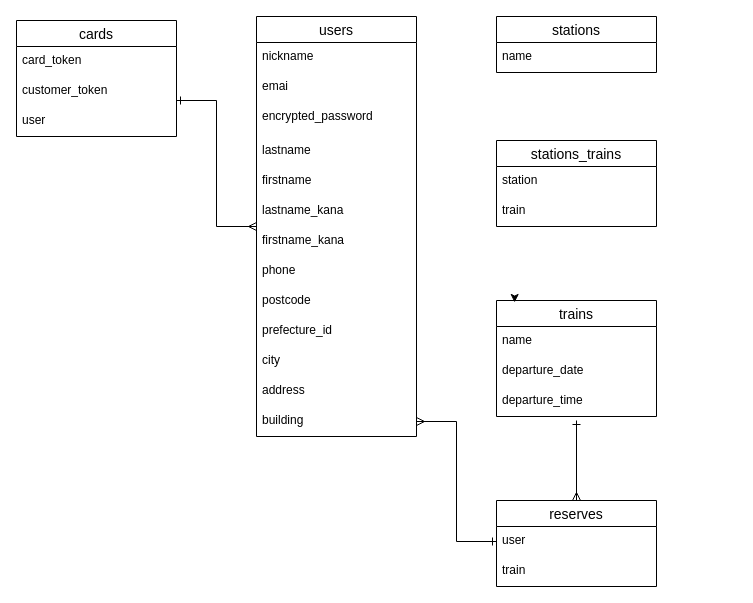
Above: ER.dio in JUNSHIROBABA/reserved_app (draw.io), before the change. Source tidied: cells renumbered, new cells numbered last; positions are measured from the earlier drawing's top-left corner, leaving out a move shared by most shapes. Both pictures are drawn from the tidied source at 100%, with x=0, y=0 at pixel (16, 16).
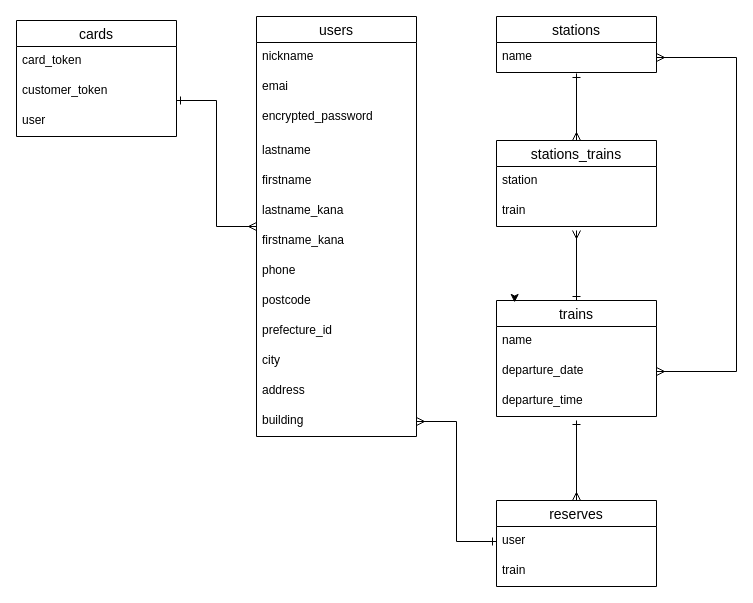
The same diagram, later.

Unchanged cells that the change refers to:
```xml
<mxCell id="26" value="name" style="text;strokeColor=none;fillColor=none;spacingLeft=4;spacingRight=4;overflow=hidden;points=[[0,0.5],[1,0.5]];portConstraint=eastwest;fontSize=12;" parent="25" vertex="1">
  <mxGeometry y="26" width="160" height="30" as="geometry" />
</mxCell>
<mxCell id="27" value="trains" style="swimlane;fontStyle=0;horizontal=1;startSize=26;align=center;fontSize=14;" parent="1" vertex="1">
  <mxGeometry x="480" y="284" width="160" height="116" as="geometry" />
</mxCell>
<mxCell id="29" value="departure_date" style="text;strokeColor=none;fillColor=none;spacingLeft=4;spacingRight=4;overflow=hidden;points=[[0,0.5],[1,0.5]];portConstraint=eastwest;fontSize=12;" parent="27" vertex="1">
  <mxGeometry y="56" width="160" height="30" as="geometry" />
</mxCell>
<mxCell id="31" value="stations_trains" style="swimlane;fontStyle=0;horizontal=1;startSize=26;align=center;fontSize=14;" parent="1" vertex="1">
  <mxGeometry x="480" y="124" width="160" height="86" as="geometry" />
</mxCell>
```

The edit, as a diff of the source:
```diff
@@
+    <mxCell id="36" style="edgeStyle=orthogonalEdgeStyle;rounded=0;jettySize=auto;html=1;exitX=0.5;exitY=0;exitDx=0;exitDy=0;startArrow=ERone;startFill=0;endArrow=ERmany;endFill=0;" parent="1" edge="1" source="27">
+      <mxGeometry relative="1" as="geometry">
+        <mxPoint x="560" y="214" as="targetPoint" />
+      </mxGeometry>
+    </mxCell>
@@
+    <mxCell id="37" style="edgeStyle=orthogonalEdgeStyle;rounded=0;jettySize=auto;html=1;exitX=0.5;exitY=0;exitDx=0;exitDy=0;startArrow=ERmany;startFill=0;endArrow=ERone;endFill=0;entryX=0.5;entryY=1.033;entryDx=0;entryDy=0;entryPerimeter=0;" parent="1" edge="1" source="31" target="26">
+      <mxGeometry relative="1" as="geometry" />
+    </mxCell>
@@
+    <mxCell id="38" style="edgeStyle=orthogonalEdgeStyle;rounded=0;jettySize=auto;html=1;exitX=1;exitY=0.5;exitDx=0;exitDy=0;endArrow=ERmany;endFill=0;startArrow=ERmany;startFill=0;" parent="1" edge="1" source="26" target="29">
+      <mxGeometry relative="1" as="geometry">
+        <Array as="points">
+          <mxPoint x="720" y="41" />
+          <mxPoint x="720" y="355" />
+        </Array>
+      </mxGeometry>
+    </mxCell>
```
